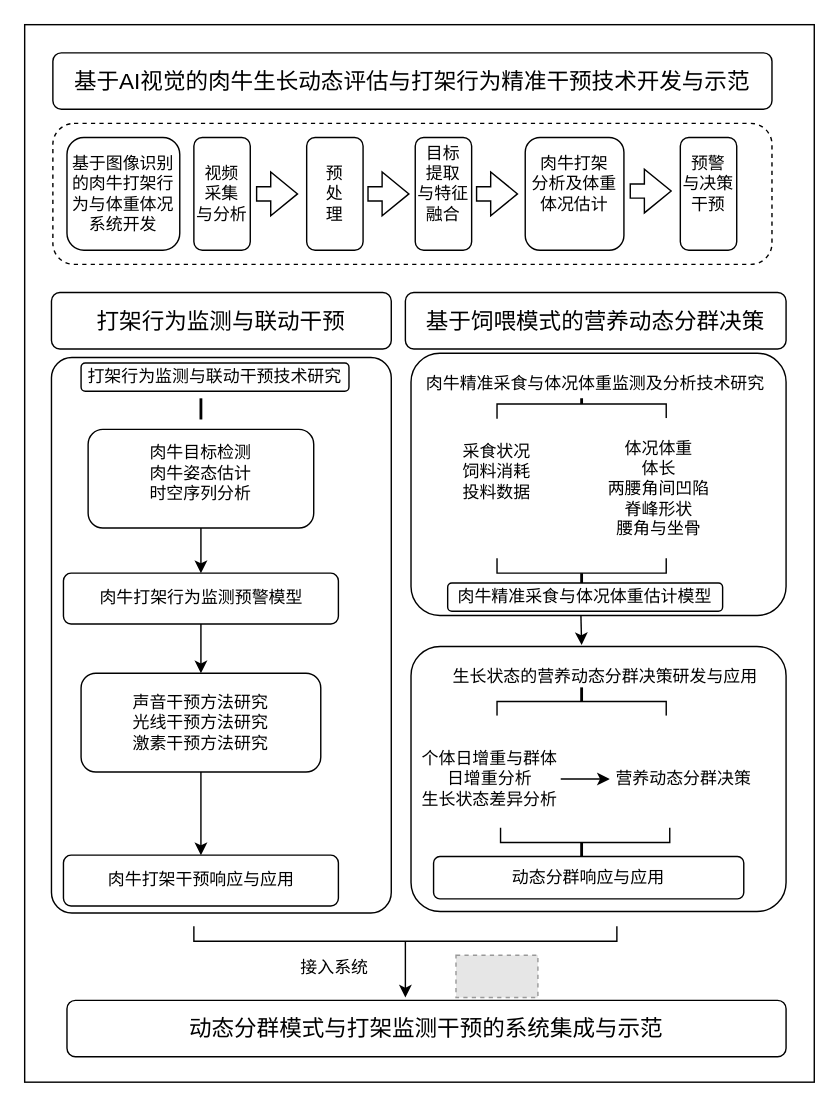
Earlier version of the draw.io diagram 肉牛精准.drawio (yzy1421/Amateur-women-basketball-in-China). Source tidied: cells renumbered, new cells numbered last; positions are measured from the earlier drawing's top-left corner, leaving out a move shared by most shapes. Both pictures are drawn from the tidied source at 141%, with x=0, y=0 at pixel (24, 24). Pictures stored in the file or linked from it are replaced by grey dashed boxes.
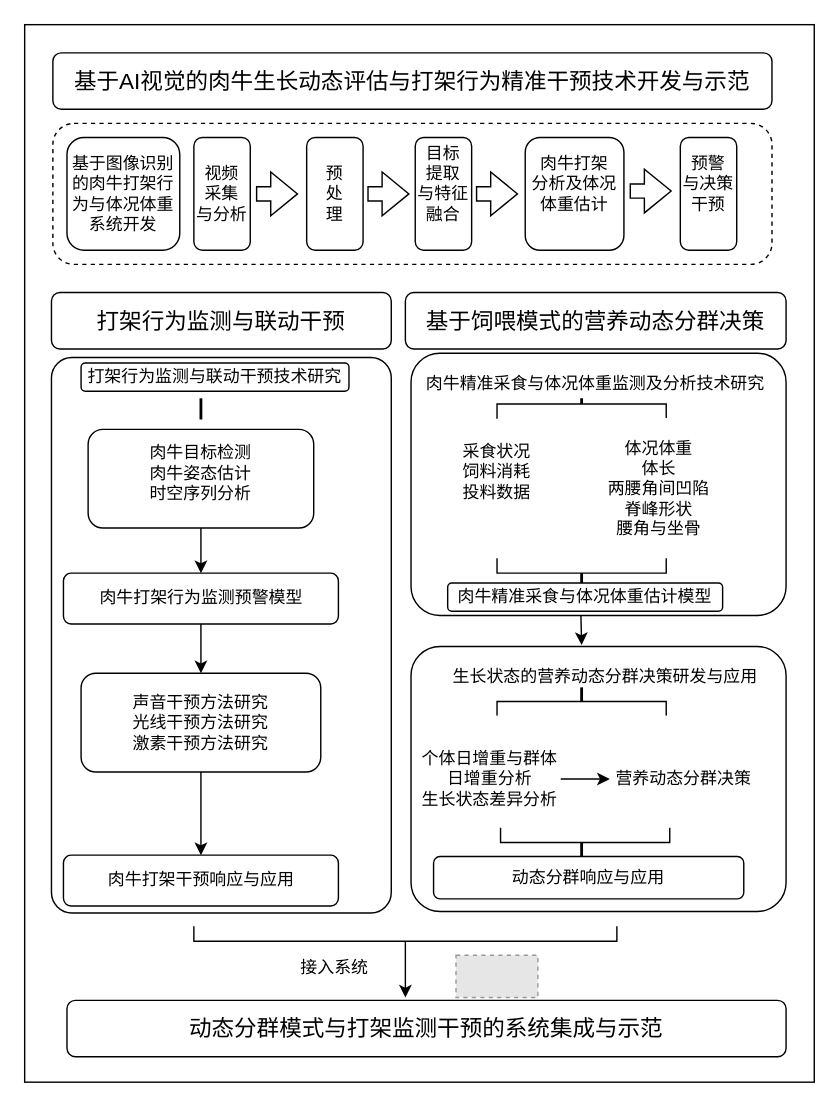
The same page after the edit.

Commit message:
更新肉牛精准.drawio

The edit, as a diff of the source:
```diff
@@
-    <mxCell id="11" value="基于图像识别的肉牛打架行为与体重体况系统开发" style="rounded=1;whiteSpace=wrap;html=1;" parent="1" vertex="1">
+    <mxCell id="11" value="基于图像识别的肉牛打架行为与体况体重系统开发" style="rounded=1;whiteSpace=wrap;html=1;" parent="1" vertex="1">
       <mxGeometry x="30" y="80" width="80" height="80" as="geometry" />
     </mxCell>
@@
-    <mxCell id="15" value="肉牛&lt;span style=&quot;background-color: transparent; color: light-dark(rgb(0, 0, 0), rgb(255, 255, 255));&quot;&gt;打架&lt;/span&gt;&lt;div&gt;分析&lt;span style=&quot;background-color: transparent; color: light-dark(rgb(0, 0, 0), rgb(255, 255, 255));&quot;&gt;及体重&lt;/span&gt;&lt;/div&gt;&lt;div&gt;&lt;span style=&quot;background-color: transparent; color: light-dark(rgb(0, 0, 0), rgb(255, 255, 255));&quot;&gt;体况估计&lt;/span&gt;&lt;/div&gt;&lt;div&gt;&lt;div&gt;&lt;br&gt;&lt;/div&gt;&lt;/div&gt;" style="rounded=1;whiteSpace=wrap;html=1;flipH=0;flipV=0;horizontal=1;fontStyle=0;verticalAlign=middle;" parent="1" vertex="1">
+    <mxCell id="15" value="肉牛&lt;span style=&quot;background-color: transparent; color: light-dark(rgb(0, 0, 0), rgb(255, 255, 255));&quot;&gt;打架&lt;/span&gt;&lt;div&gt;分析&lt;span style=&quot;background-color: transparent; color: light-dark(rgb(0, 0, 0), rgb(255, 255, 255));&quot;&gt;及体况&lt;/span&gt;&lt;/div&gt;&lt;div&gt;&lt;span style=&quot;background-color: transparent; color: light-dark(rgb(0, 0, 0), rgb(255, 255, 255));&quot;&gt;体重估计&lt;/span&gt;&lt;/div&gt;&lt;div&gt;&lt;div&gt;&lt;br&gt;&lt;/div&gt;&lt;/div&gt;" style="rounded=1;whiteSpace=wrap;html=1;flipH=0;flipV=0;horizontal=1;fontStyle=0;verticalAlign=middle;" parent="1" vertex="1">
       <mxGeometry x="355" y="80" width="70" height="80" as="geometry" />
     </mxCell>
```
